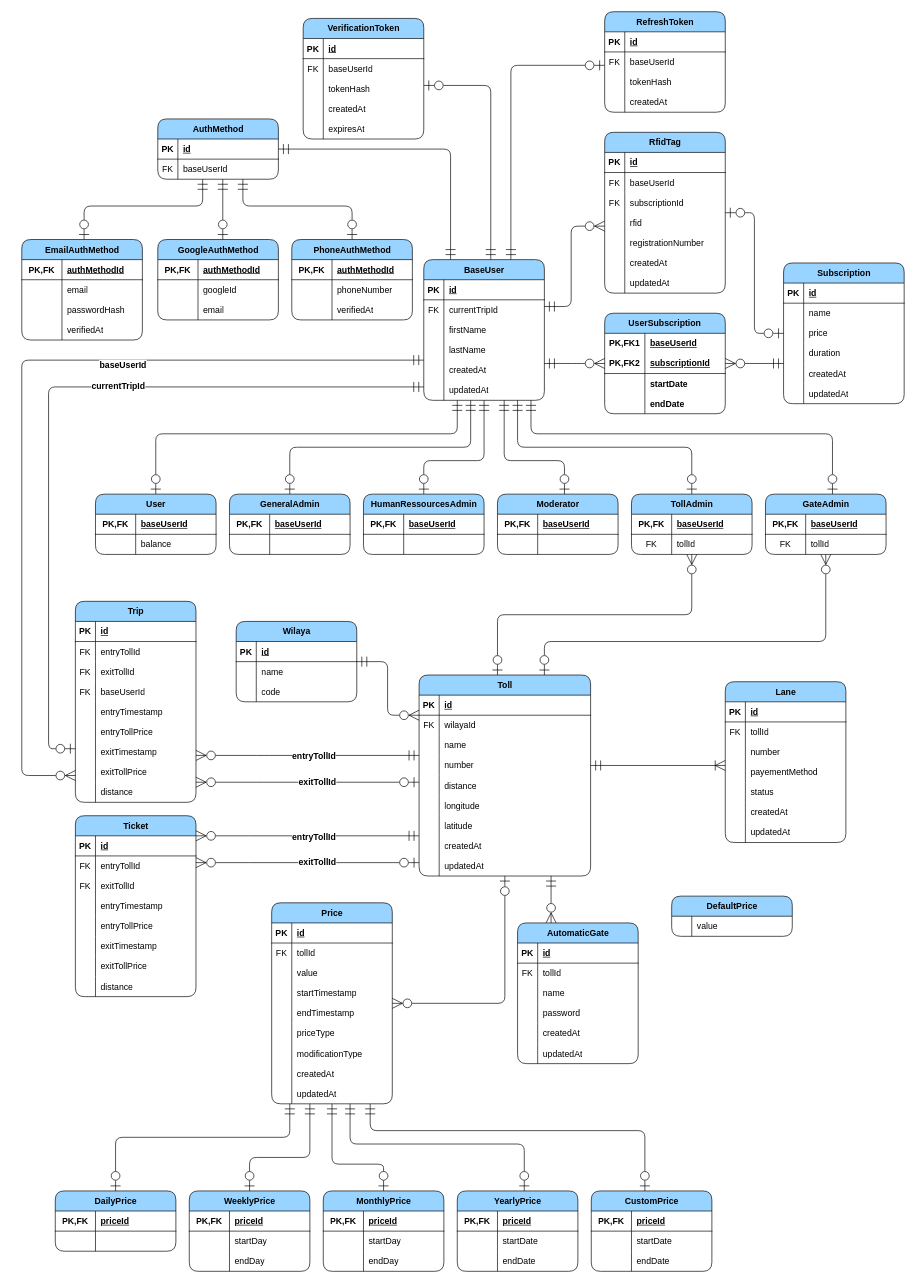
Before: diagrams/entity-relation.drawio in devlotfi/peage-pay, a draw.io diagram. Source tidied: cells renumbered, new cells numbered last; positions are measured from the earlier drawing's top-left corner, leaving out a move shared by most shapes. Both pictures are drawn from the tidied source at 67%, with x=0, y=0 at pixel (21, 11).
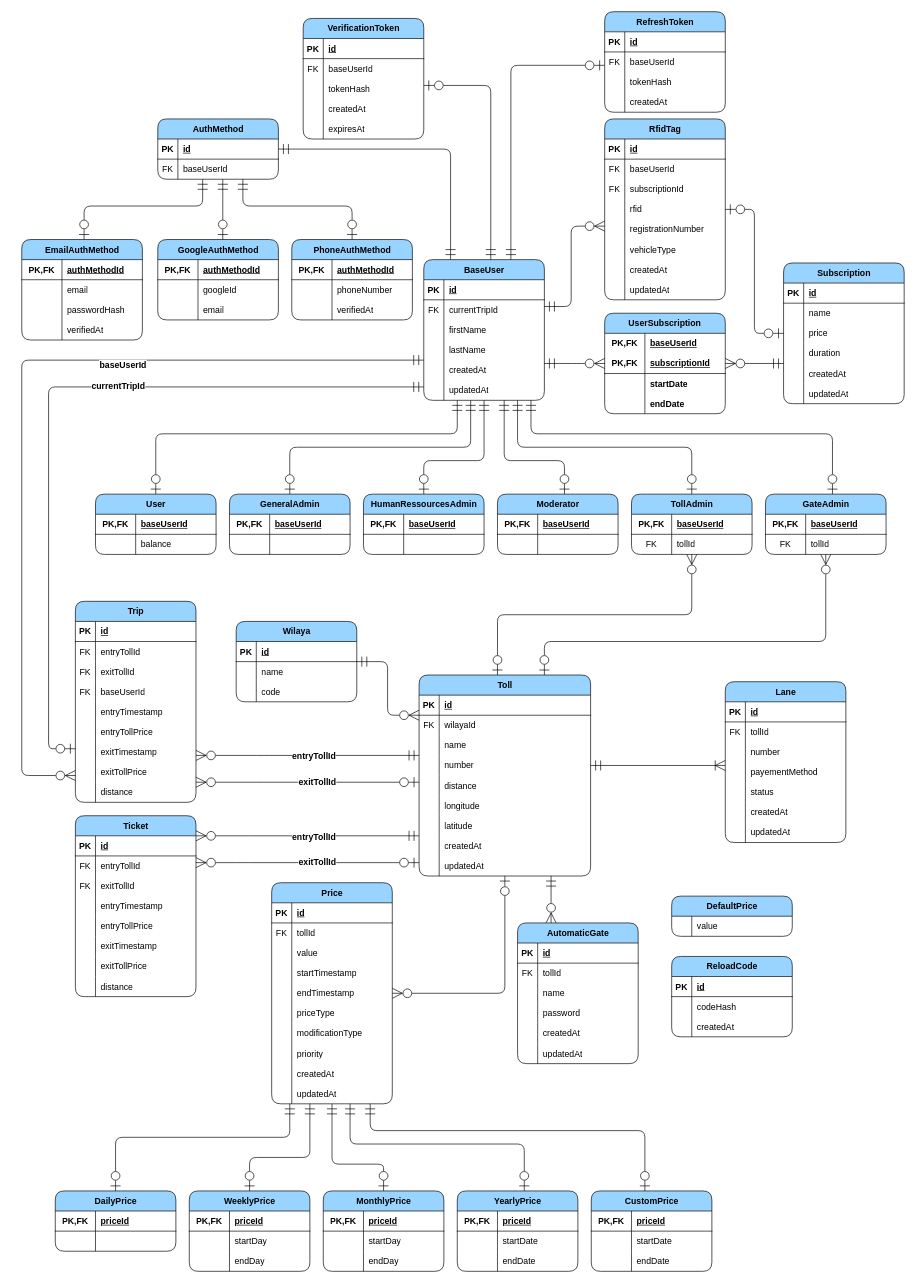
The same page after the edit.

The change refers to these unchanged cells:
```xml
<mxCell id="188" style="shape=tableRow;horizontal=0;startSize=0;swimlaneHead=0;swimlaneBody=0;fillColor=none;top=0;left=0;right=0;bottom=0;html=1;rounded=1;strokeColor=default;align=center;verticalAlign=middle;fontFamily=Helvetica;fontSize=13;fontColor=default;fontStyle=1;" parent="187" vertex="1">
  <mxGeometry y="30" width="180" height="30" as="geometry" />
</mxCell>
<mxCell id="191" style="shape=tableRow;horizontal=0;startSize=0;swimlaneHead=0;swimlaneBody=0;fillColor=none;top=0;left=0;right=0;bottom=1;html=1;rounded=1;strokeColor=default;align=center;verticalAlign=middle;fontFamily=Helvetica;fontSize=13;fontColor=default;fontStyle=1;" parent="187" vertex="1">
  <mxGeometry y="60" width="180" height="30" as="geometry" />
</mxCell>
```

What changed in the source:
```diff
@@
     <mxCell id="145" value="RfidTag" style="shape=table;startSize=30;childLayout=tableLayout;rowLines=0;fontStyle=1;align=center;html=1;rounded=1;fillColor=#99D3FF;fontSize=13;" parent="1" vertex="1">
-      <mxGeometry x="870" y="180" width="180" height="240" as="geometry" />
+      <mxGeometry x="870" y="160" width="180" height="270" as="geometry" />
     </mxCell>
@@
+    <mxCell id="436" style="shape=tableRow;horizontal=0;startSize=0;swimlaneHead=0;swimlaneBody=0;fillColor=none;top=0;left=0;right=0;bottom=0;fontSize=13;" parent="145" vertex="1">
+      <mxGeometry y="180" width="180" height="30" as="geometry" />
+    </mxCell>
+    <mxCell id="437" style="shape=partialRectangle;fillColor=none;top=0;left=0;bottom=0;right=0;overflow=hidden;whiteSpace=wrap;html=1;fontSize=13;" parent="436" vertex="1">
+      <mxGeometry width="30" height="30" as="geometry" />
+    </mxCell>
+    <mxCell id="438" value="vehicleType" style="shape=partialRectangle;fillColor=none;top=0;left=0;bottom=0;right=0;align=left;spacingLeft=6;overflow=hidden;whiteSpace=wrap;html=1;fontSize=13;" parent="436" vertex="1">
+      <mxGeometry x="30" width="150" height="30" as="geometry" />
+    </mxCell>
     <mxCell id="161" style="shape=tableRow;horizontal=0;startSize=0;swimlaneHead=0;swimlaneBody=0;fillColor=none;top=0;left=0;right=0;bottom=0;fontSize=13;" parent="145" vertex="1">
-      <mxGeometry y="180" width="180" height="30" as="geometry" />
+      <mxGeometry y="210" width="180" height="30" as="geometry" />
     </mxCell>
@@
     <mxCell id="164" style="shape=tableRow;horizontal=0;startSize=0;swimlaneHead=0;swimlaneBody=0;fillColor=none;top=0;left=0;right=0;bottom=0;fontSize=13;" parent="145" vertex="1">
-      <mxGeometry y="210" width="180" height="30" as="geometry" />
+      <mxGeometry y="240" width="180" height="30" as="geometry" />
     </mxCell>
@@
-    <mxCell id="189" value="PK,FK1" style="shape=partialRectangle;fillColor=none;top=0;left=0;bottom=0;right=0;fontStyle=1;overflow=hidden;html=1;whiteSpace=wrap;rounded=1;strokeColor=default;align=center;verticalAlign=middle;fontFamily=Helvetica;fontSize=13;fontColor=default;" parent="188" vertex="1">
+    <mxCell id="189" value="PK,FK" style="shape=partialRectangle;fillColor=none;top=0;left=0;bottom=0;right=0;fontStyle=1;overflow=hidden;html=1;whiteSpace=wrap;rounded=1;strokeColor=default;align=center;verticalAlign=middle;fontFamily=Helvetica;fontSize=13;fontColor=default;" parent="188" vertex="1">
       <mxGeometry width="60" height="30" as="geometry" />
     </mxCell>
@@
-    <mxCell id="192" value="PK,FK2" style="shape=partialRectangle;fillColor=none;top=0;left=0;bottom=0;right=0;fontStyle=1;overflow=hidden;html=1;whiteSpace=wrap;rounded=1;strokeColor=default;align=center;verticalAlign=middle;fontFamily=Helvetica;fontSize=13;fontColor=default;" parent="191" vertex="1">
+    <mxCell id="192" value="PK,FK" style="shape=partialRectangle;fillColor=none;top=0;left=0;bottom=0;right=0;fontStyle=1;overflow=hidden;html=1;whiteSpace=wrap;rounded=1;strokeColor=default;align=center;verticalAlign=middle;fontFamily=Helvetica;fontSize=13;fontColor=default;" parent="191" vertex="1">
       <mxGeometry width="60" height="30" as="geometry" />
     </mxCell>
@@
     <mxCell id="356" value="Price" style="shape=table;startSize=30;childLayout=tableLayout;rowLines=0;fontStyle=1;align=center;html=1;rounded=1;fillColor=#99D3FF;fontSize=13;" parent="1" vertex="1">
-      <mxGeometry x="373" y="1330" width="180" height="300" as="geometry" />
+      <mxGeometry x="373" y="1300" width="180" height="330" as="geometry" />
     </mxCell>
@@
+    <mxCell id="439" style="shape=tableRow;horizontal=0;startSize=0;swimlaneHead=0;swimlaneBody=0;fillColor=none;top=0;left=0;right=0;bottom=0;fontSize=13;" parent="356" vertex="1">
+      <mxGeometry y="240" width="180" height="30" as="geometry" />
+    </mxCell>
+    <mxCell id="440" style="shape=partialRectangle;fillColor=none;top=0;left=0;bottom=0;right=0;overflow=hidden;whiteSpace=wrap;html=1;fontSize=13;" parent="439" vertex="1">
+      <mxGeometry width="30" height="30" as="geometry" />
+    </mxCell>
+    <mxCell id="441" value="priority" style="shape=partialRectangle;fillColor=none;top=0;left=0;bottom=0;right=0;align=left;spacingLeft=6;overflow=hidden;whiteSpace=wrap;html=1;fontSize=13;" parent="439" vertex="1">
+      <mxGeometry x="30" width="150" height="30" as="geometry" />
+    </mxCell>
     <mxCell id="378" style="shape=tableRow;horizontal=0;startSize=0;swimlaneHead=0;swimlaneBody=0;fillColor=none;top=0;left=0;right=0;bottom=0;fontSize=13;" parent="356" vertex="1">
-      <mxGeometry y="240" width="180" height="30" as="geometry" />
+      <mxGeometry y="270" width="180" height="30" as="geometry" />
     </mxCell>
@@
     <mxCell id="381" style="shape=tableRow;horizontal=0;startSize=0;swimlaneHead=0;swimlaneBody=0;fillColor=none;top=0;left=0;right=0;bottom=0;fontSize=13;" parent="356" vertex="1">
-      <mxGeometry y="270" width="180" height="30" as="geometry" />
+      <mxGeometry y="300" width="180" height="30" as="geometry" />
     </mxCell>
@@
+    <mxCell id="442" value="ReloadCode" style="shape=table;startSize=30;childLayout=tableLayout;rowLines=0;fontStyle=1;align=center;html=1;rounded=1;fillColor=#99D3FF;fontSize=13;" parent="1" vertex="1">
+      <mxGeometry x="970" y="1410" width="180" height="120" as="geometry" />
+    </mxCell>
+    <mxCell id="443" style="shape=tableRow;horizontal=0;startSize=0;swimlaneHead=0;swimlaneBody=0;fillColor=none;top=0;left=0;right=0;bottom=1;fontSize=13;" parent="442" vertex="1">
+      <mxGeometry y="30" width="180" height="30" as="geometry" />
+    </mxCell>
+    <mxCell id="444" value="PK" style="shape=partialRectangle;fillColor=none;top=0;left=0;bottom=0;right=0;fontStyle=1;overflow=hidden;whiteSpace=wrap;html=1;fontSize=13;" parent="443" vertex="1">
+      <mxGeometry width="30" height="30" as="geometry" />
+    </mxCell>
+    <mxCell id="445" value="id" style="shape=partialRectangle;fillColor=none;top=0;left=0;bottom=0;right=0;align=left;spacingLeft=6;fontStyle=5;overflow=hidden;whiteSpace=wrap;html=1;fontSize=13;" parent="443" vertex="1">
+      <mxGeometry x="30" width="150" height="30" as="geometry" />
+    </mxCell>
+    <mxCell id="446" style="shape=tableRow;horizontal=0;startSize=0;swimlaneHead=0;swimlaneBody=0;fillColor=none;top=0;left=0;right=0;bottom=0;fontSize=13;" parent="442" vertex="1">
+      <mxGeometry y="60" width="180" height="30" as="geometry" />
+    </mxCell>
+    <mxCell id="447" style="shape=partialRectangle;fillColor=none;top=0;left=0;bottom=0;right=0;overflow=hidden;whiteSpace=wrap;html=1;fontSize=13;" parent="446" vertex="1">
+      <mxGeometry width="30" height="30" as="geometry" />
+    </mxCell>
+    <mxCell id="448" value="codeHash" style="shape=partialRectangle;fillColor=none;top=0;left=0;bottom=0;right=0;align=left;spacingLeft=6;overflow=hidden;whiteSpace=wrap;html=1;fontSize=13;" parent="446" vertex="1">
+      <mxGeometry x="30" width="150" height="30" as="geometry" />
+    </mxCell>
+    <mxCell id="449" style="shape=tableRow;horizontal=0;startSize=0;swimlaneHead=0;swimlaneBody=0;fillColor=none;top=0;left=0;right=0;bottom=0;fontSize=13;" parent="442" vertex="1">
+      <mxGeometry y="90" width="180" height="30" as="geometry" />
+    </mxCell>
+    <mxCell id="450" style="shape=partialRectangle;fillColor=none;top=0;left=0;bottom=0;right=0;overflow=hidden;whiteSpace=wrap;html=1;fontSize=13;" parent="449" vertex="1">
+      <mxGeometry width="30" height="30" as="geometry" />
+    </mxCell>
+    <mxCell id="451" value="createdAt" style="shape=partialRectangle;fillColor=none;top=0;left=0;bottom=0;right=0;align=left;spacingLeft=6;overflow=hidden;whiteSpace=wrap;html=1;fontSize=13;" parent="449" vertex="1">
+      <mxGeometry x="30" width="150" height="30" as="geometry" />
+    </mxCell>
```
